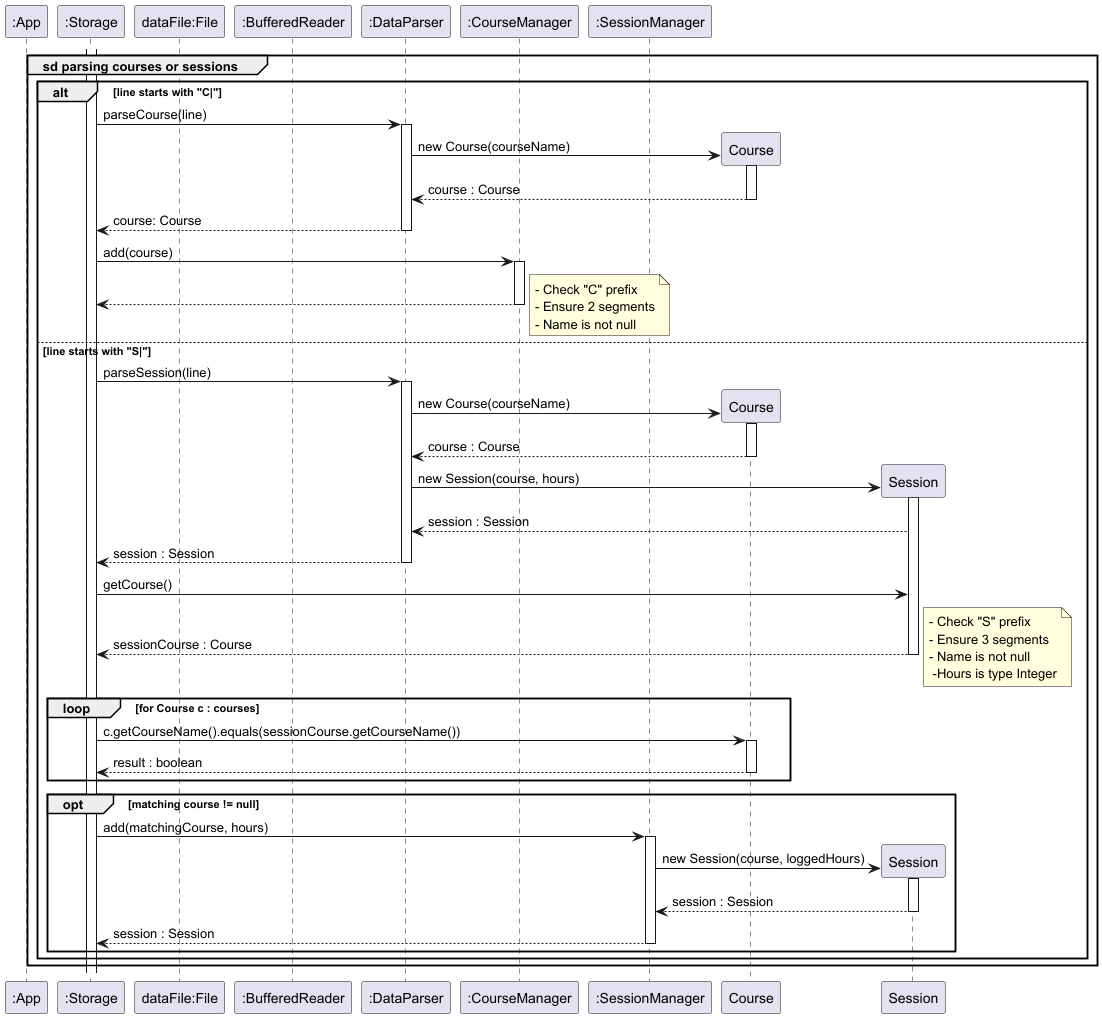
Before: docs/diagrams/StorageLoadSequenceRefDiagram.png, a diagram exported from PlantUML (t-kandasami/tp). The source it was exported from:
```plantuml
@startuml

participant ":App" as App
participant ":Storage" as Storage

participant "dataFile:File" as File
participant ":BufferedReader" as BR
participant ":DataParser" as Parser
participant ":CourseManager" as CM
participant ":SessionManager" as SM

group sd parsing courses or sessions
    activate Storage
    alt line starts with "C|"
            Storage -> Parser: parseCourse(line)
            activate Parser

            Parser -> Course**: new Course(courseName)
            activate Course
            Course --> Parser: course : Course
            deactivate Course

            Parser --> Storage: course: Course
            deactivate Parser

            Storage -> CM: add(course)
            activate CM
            CM --> Storage
            deactivate CM

            note right: - Check "C" prefix\n- Ensure 2 segments\n- Name is not null

        else line starts with "S|"

            Storage -> Parser: parseSession(line)
            activate Parser

            Parser -> Course**: new Course(courseName)
            activate Course
            Course --> Parser: course : Course
            deactivate Course

            Parser -> Session**: new Session(course, hours)
            activate Session
            Session --> Parser: session : Session

            Parser --> Storage: session : Session
            deactivate Parser

            Storage -> Session: getCourse()
            Session --> Storage: sessionCourse : Course
            deactivate Session

            note right: - Check "S" prefix\n- Ensure 3 segments\n- Name is not null\n -Hours is type Integer

            loop for Course c : courses

            Storage -> Course: c.getCourseName().equals(sessionCourse.getCourseName())
            activate Course
            Course --> Storage: result : boolean
            deactivate Course

            end

            opt matching course != null
                Storage -> SM: add(matchingCourse, hours)
                activate SM
                SM -> Session**: new Session(course, loggedHours)
                activate Session
                Session --> SM: session : Session
                deactivate Session
                SM --> Storage: session : Session
                deactivate SM
            end

        end
    end
@enduml
```
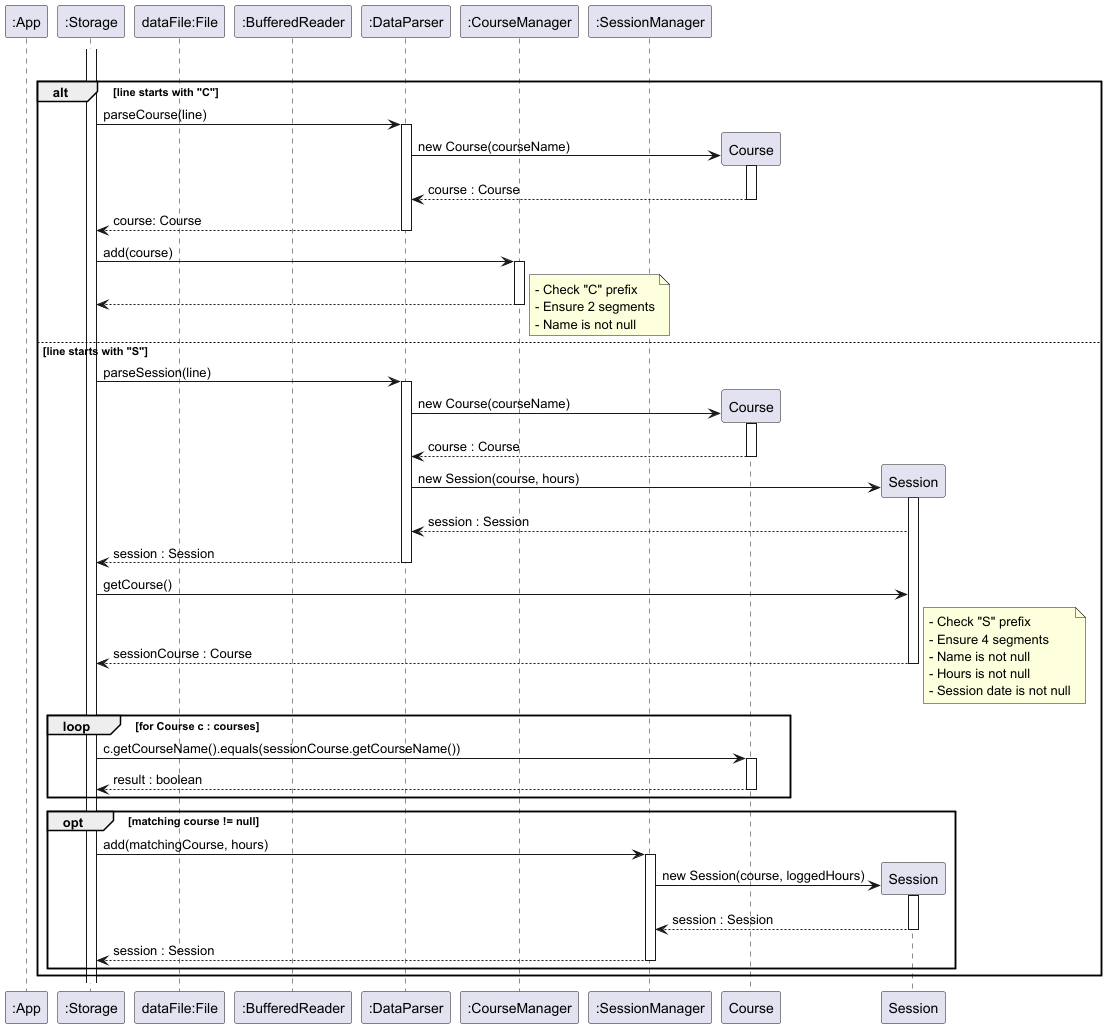
The same diagram one commit later.

Commit message:
fix: Update storage (load) sequence diagram with enhancements

The edit, as a diff of the source:
```diff
@@ -11,68 +11,67 @@
 
 group sd parsing courses or sessions
     activate Storage
-    alt line starts with "C|"
-            Storage -> Parser: parseCourse(line)
-            activate Parser
 
-            Parser -> Course**: new Course(courseName)
-            activate Course
-            Course --> Parser: course : Course
-            deactivate Course
+    alt line starts with "C"
+        Storage -> Parser: parseCourse(line)
+        activate Parser
 
-            Parser --> Storage: course: Course
-            deactivate Parser
+        Parser -> Course**: new Course(courseName)
+        activate Course
+        Course --> Parser: course : Course
+        deactivate Course
 
-            Storage -> CM: add(course)
-            activate CM
-            CM --> Storage
-            deactivate CM
+        Parser --> Storage: course: Course
+        deactivate Parser
 
-            note right: - Check "C" prefix\n- Ensure 2 segments\n- Name is not null
+        Storage -> CM: add(course)
+        activate CM
+        CM --> Storage
+        deactivate CM
 
-        else line starts with "S|"
+        note right: - Check "C" prefix\n- Ensure 2 segments\n- Name is not null
 
-            Storage -> Parser: parseSession(line)
-            activate Parser
+    else line starts with "S"
 
-            Parser -> Course**: new Course(courseName)
-            activate Course
-            Course --> Parser: course : Course
-            deactivate Course
+        Storage -> Parser: parseSession(line)
+        activate Parser
 
-            Parser -> Session**: new Session(course, hours)
+        Parser -> Course**: new Course(courseName)
+        activate Course
+        Course --> Parser: course : Course
+        deactivate Course
+
+        Parser -> Session**: new Session(course, hours)
+        activate Session
+        Session --> Parser: session : Session
+
+        Parser --> Storage: session : Session
+        deactivate Parser
+
+        Storage -> Session: getCourse()
+        Session --> Storage: sessionCourse : Course
+        deactivate Session
+
+ note right:- Check "S" prefix\n- Ensure 4 segments\n- Name is not null\n- Hours is not null\n- Session date is not null
+
+        loop for Course c : courses
+
+        Storage -> Course: c.getCourseName().equals(sessionCourse.getCourseName())
+        activate Course
+        Course --> Storage: result : boolean
+        deactivate Course
+
+        end
+
+        opt matching course != null
+            Storage -> SM: add(matchingCourse, hours)
+            activate SM
+            SM -> Session**: new Session(course, loggedHours)
             activate Session
-            Session --> Parser: session : Session
-
-            Parser --> Storage: session : Session
-            deactivate Parser
-
-            Storage -> Session: getCourse()
-            Session --> Storage: sessionCourse : Course
+            Session --> SM: session : Session
             deactivate Session
-
-            note right: - Check "S" prefix\n- Ensure 3 segments\n- Name is not null\n -Hours is type Integer
-
-            loop for Course c : courses
-
-            Storage -> Course: c.getCourseName().equals(sessionCourse.getCourseName())
-            activate Course
-            Course --> Storage: result : boolean
-            deactivate Course
-
-            end
-
-            opt matching course != null
-                Storage -> SM: add(matchingCourse, hours)
-                activate SM
-                SM -> Session**: new Session(course, loggedHours)
-                activate Session
-                Session --> SM: session : Session
-                deactivate Session
-                SM --> Storage: session : Session
-                deactivate SM
-            end
-
+            SM --> Storage: session : Session
+            deactivate SM
         end
     end
 @enduml
```
